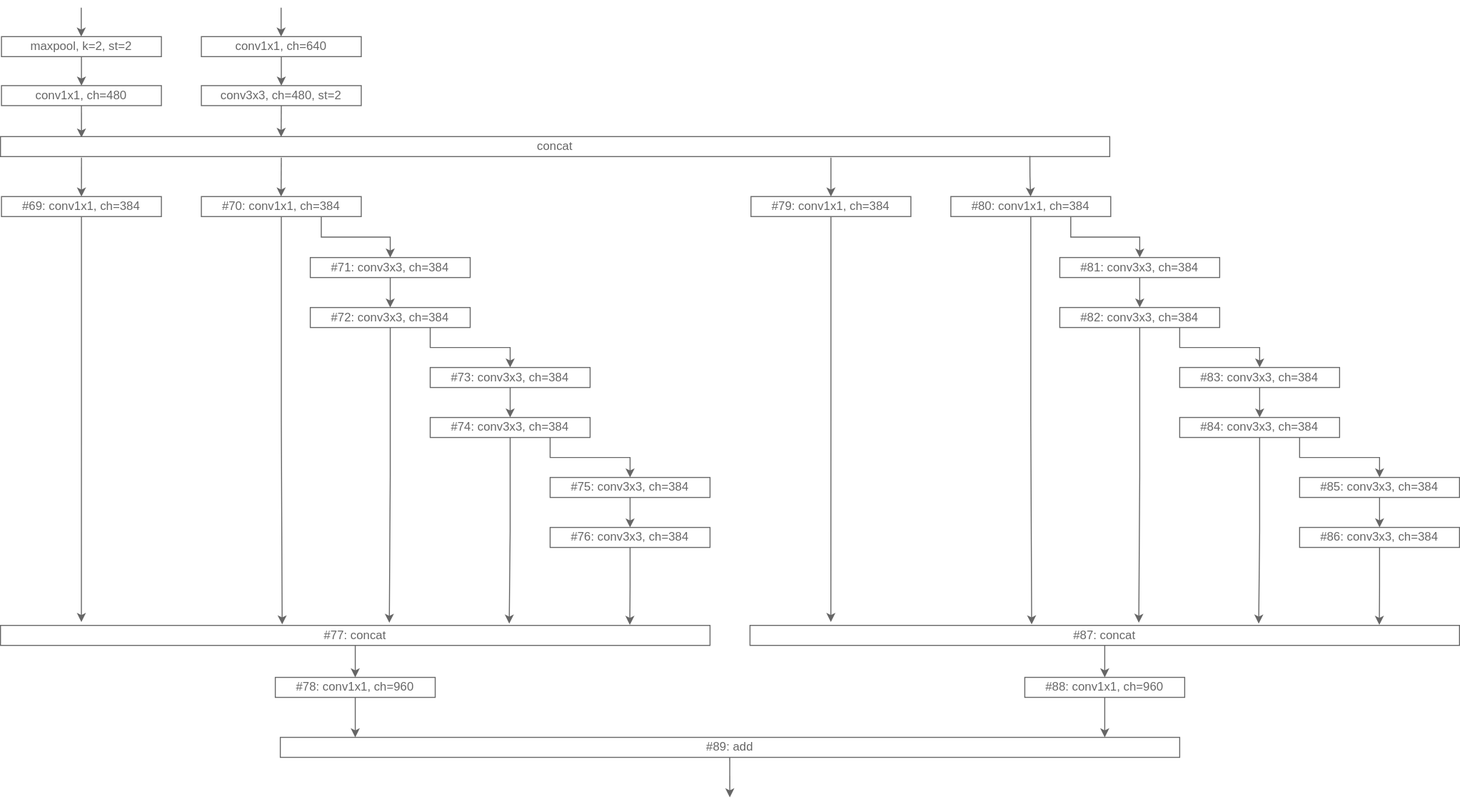
cm-nakamura-shogo/devio-image keeps this draw.io diagram as yolov7-architecture-overall/svg/yolov7_e6e_c5_convs.drawio.svg. Above is the earlier version. Source tidied: cells renumbered, new cells last; positions are measured from the earlier drawing's top-left corner, leaving out a move shared by most shapes. Its diagram source:
```xml
<mxGraphModel background="#ffffff">
  <root>
    <mxCell id="0" />
    <mxCell id="1" parent="0" />
    <mxCell id="2" style="edgeStyle=orthogonalEdgeStyle;rounded=0;jettySize=auto;html=1;exitX=0.073;exitY=1.05;exitDx=0;exitDy=0;entryX=0.5;entryY=0;entryDx=0;entryDy=0;exitPerimeter=0;strokeColor=#666666;" parent="1" edge="1" source="26" target="4">
      <mxGeometry relative="1" as="geometry" />
    </mxCell>
    <mxCell id="3" style="edgeStyle=orthogonalEdgeStyle;rounded=0;jettySize=auto;html=1;exitX=0.5;exitY=1;exitDx=0;exitDy=0;entryX=0.114;entryY=-0.17;entryDx=0;entryDy=0;entryPerimeter=0;strokeColor=#666666;" parent="1" edge="1" source="4" target="15">
      <mxGeometry relative="1" as="geometry" />
    </mxCell>
    <mxCell id="4" value="#69: conv1x1, ch=384" style="rounded=0;whiteSpace=wrap;html=1;strokeColor=#666666;fillColor=#FFFFFF;fontColor=#666666;" parent="1" vertex="1">
      <mxGeometry x="1" y="189" width="160" height="20" as="geometry" />
    </mxCell>
    <mxCell id="5" style="edgeStyle=orthogonalEdgeStyle;rounded=0;jettySize=auto;html=1;exitX=0.75;exitY=1;exitDx=0;exitDy=0;entryX=0.5;entryY=0;entryDx=0;entryDy=0;strokeColor=#666666;" parent="1" edge="1" source="7" target="20">
      <mxGeometry relative="1" as="geometry" />
    </mxCell>
    <mxCell id="6" style="edgeStyle=orthogonalEdgeStyle;rounded=0;jettySize=auto;html=1;exitX=0.5;exitY=1;exitDx=0;exitDy=0;entryX=0.397;entryY=-0.05;entryDx=0;entryDy=0;entryPerimeter=0;strokeColor=#666666;" parent="1" edge="1" source="7" target="15">
      <mxGeometry relative="1" as="geometry" />
    </mxCell>
    <mxCell id="7" value="#70: conv1x1, ch=384" style="rounded=0;whiteSpace=wrap;html=1;strokeColor=#666666;fillColor=#FFFFFF;fontColor=#666666;" parent="1" vertex="1">
      <mxGeometry x="201" y="189" width="160" height="20" as="geometry" />
    </mxCell>
    <mxCell id="8" style="edgeStyle=orthogonalEdgeStyle;rounded=0;jettySize=auto;html=1;exitX=0.75;exitY=1;exitDx=0;exitDy=0;entryX=0.5;entryY=0;entryDx=0;entryDy=0;strokeColor=#666666;" parent="1" edge="1" source="10" target="13">
      <mxGeometry relative="1" as="geometry" />
    </mxCell>
    <mxCell id="9" style="edgeStyle=orthogonalEdgeStyle;rounded=0;jettySize=auto;html=1;exitX=0.5;exitY=1;exitDx=0;exitDy=0;entryX=0.548;entryY=-0.13;entryDx=0;entryDy=0;entryPerimeter=0;strokeColor=#666666;" parent="1" edge="1" source="10" target="15">
      <mxGeometry relative="1" as="geometry" />
    </mxCell>
    <mxCell id="10" value="#72: conv3x3, ch=384" style="rounded=0;whiteSpace=wrap;html=1;strokeColor=#666666;fillColor=#FFFFFF;fontColor=#666666;" parent="1" vertex="1">
      <mxGeometry x="310" y="300" width="160" height="20" as="geometry" />
    </mxCell>
    <mxCell id="11" style="edgeStyle=orthogonalEdgeStyle;rounded=0;jettySize=auto;html=1;exitX=0.5;exitY=1;exitDx=0;exitDy=0;entryX=0.717;entryY=-0.09;entryDx=0;entryDy=0;entryPerimeter=0;strokeColor=#666666;" parent="1" edge="1" source="21" target="15">
      <mxGeometry relative="1" as="geometry" />
    </mxCell>
    <mxCell id="12" style="edgeStyle=none;html=1;exitX=0.5;exitY=1;exitDx=0;exitDy=0;entryX=0.5;entryY=0;entryDx=0;entryDy=0;strokeColor=#666666;" parent="1" edge="1" source="13" target="21">
      <mxGeometry relative="1" as="geometry" />
    </mxCell>
    <mxCell id="13" value="#73: conv3x3, ch=384" style="rounded=0;whiteSpace=wrap;html=1;strokeColor=#666666;fillColor=#FFFFFF;fontColor=#666666;" parent="1" vertex="1">
      <mxGeometry x="430" y="360" width="160" height="20" as="geometry" />
    </mxCell>
    <mxCell id="14" style="edgeStyle=orthogonalEdgeStyle;rounded=0;jettySize=auto;html=1;exitX=0.5;exitY=1;exitDx=0;exitDy=0;entryX=0.5;entryY=0;entryDx=0;entryDy=0;strokeColor=#666666;" parent="1" edge="1" source="15" target="17">
      <mxGeometry relative="1" as="geometry" />
    </mxCell>
    <mxCell id="15" value="#77: concat" style="rounded=0;whiteSpace=wrap;html=1;strokeColor=#666666;fillColor=#FFFFFF;fontColor=#666666;" parent="1" vertex="1">
      <mxGeometry y="618" width="710" height="20" as="geometry" />
    </mxCell>
    <mxCell id="16" style="edgeStyle=orthogonalEdgeStyle;rounded=0;jettySize=auto;html=1;exitX=0.5;exitY=1;exitDx=0;exitDy=0;entryX=0.5;entryY=0;entryDx=0;entryDy=0;strokeColor=#666666;" parent="1" edge="1" source="17">
      <mxGeometry relative="1" as="geometry">
        <mxPoint x="355" y="730" as="targetPoint" />
      </mxGeometry>
    </mxCell>
    <mxCell id="17" value="#78: conv1x1, ch=960" style="rounded=0;whiteSpace=wrap;html=1;strokeColor=#666666;fillColor=#FFFFFF;fontColor=#666666;" parent="1" vertex="1">
      <mxGeometry x="275" y="670" width="160" height="20" as="geometry" />
    </mxCell>
    <mxCell id="18" style="edgeStyle=orthogonalEdgeStyle;rounded=0;orthogonalLoop=1;jettySize=auto;html=1;entryX=0.5;entryY=0;entryDx=0;entryDy=0;strokeColor=#666666;" parent="1" edge="1">
      <mxGeometry relative="1" as="geometry">
        <mxPoint x="281" y="150" as="sourcePoint" />
        <mxPoint x="280.8" y="189" as="targetPoint" />
      </mxGeometry>
    </mxCell>
    <mxCell id="19" style="edgeStyle=none;html=1;exitX=0.5;exitY=1;exitDx=0;exitDy=0;entryX=0.5;entryY=0;entryDx=0;entryDy=0;strokeColor=#666666;" parent="1" edge="1" source="20" target="10">
      <mxGeometry relative="1" as="geometry" />
    </mxCell>
    <mxCell id="20" value="#71: conv3x3, ch=384" style="rounded=0;whiteSpace=wrap;html=1;strokeColor=#666666;fillColor=#FFFFFF;fontColor=#666666;" parent="1" vertex="1">
      <mxGeometry x="310" y="250" width="160" height="20" as="geometry" />
    </mxCell>
    <mxCell id="21" value="#74: conv3x3, ch=384" style="rounded=0;whiteSpace=wrap;html=1;strokeColor=#666666;fillColor=#FFFFFF;fontColor=#666666;" parent="1" vertex="1">
      <mxGeometry x="430" y="410" width="160" height="20" as="geometry" />
    </mxCell>
    <mxCell id="22" style="edgeStyle=none;html=1;exitX=0.5;exitY=1;exitDx=0;exitDy=0;entryX=0.5;entryY=0;entryDx=0;entryDy=0;strokeColor=#666666;" parent="1" edge="1" source="23" target="25">
      <mxGeometry relative="1" as="geometry" />
    </mxCell>
    <mxCell id="23" value="maxpool, k=2, st=2" style="rounded=0;whiteSpace=wrap;html=1;strokeColor=#666666;fillColor=#FFFFFF;fontColor=#666666;" parent="1" vertex="1">
      <mxGeometry x="1" y="29" width="160" height="20" as="geometry" />
    </mxCell>
    <mxCell id="24" style="edgeStyle=none;html=1;exitX=0.5;exitY=1;exitDx=0;exitDy=0;entryX=0.073;entryY=0.048;entryDx=0;entryDy=0;entryPerimeter=0;strokeColor=#666666;" parent="1" edge="1" source="25" target="26">
      <mxGeometry relative="1" as="geometry" />
    </mxCell>
    <mxCell id="25" value="conv1x1, ch=480" style="rounded=0;whiteSpace=wrap;html=1;strokeColor=#666666;fillColor=#FFFFFF;fontColor=#666666;" parent="1" vertex="1">
      <mxGeometry x="1" y="78" width="160" height="20" as="geometry" />
    </mxCell>
    <mxCell id="26" value="concat" style="rounded=0;whiteSpace=wrap;html=1;strokeColor=#666666;fillColor=#FFFFFF;fontColor=#666666;" parent="1" vertex="1">
      <mxGeometry y="129" width="1110" height="20" as="geometry" />
    </mxCell>
    <mxCell id="27" style="edgeStyle=none;html=1;exitX=0.5;exitY=1;exitDx=0;exitDy=0;entryX=0.5;entryY=0;entryDx=0;entryDy=0;strokeColor=#666666;" parent="1" edge="1" source="28" target="30">
      <mxGeometry relative="1" as="geometry" />
    </mxCell>
    <mxCell id="28" value="conv1x1, ch=640" style="rounded=0;whiteSpace=wrap;html=1;strokeColor=#666666;fillColor=#FFFFFF;fontColor=#666666;" parent="1" vertex="1">
      <mxGeometry x="201" y="29" width="160" height="20" as="geometry" />
    </mxCell>
    <mxCell id="29" style="edgeStyle=none;html=1;exitX=0.5;exitY=1;exitDx=0;exitDy=0;entryX=0.253;entryY=0.016;entryDx=0;entryDy=0;entryPerimeter=0;strokeColor=#666666;" parent="1" edge="1" source="30" target="26">
      <mxGeometry relative="1" as="geometry" />
    </mxCell>
    <mxCell id="30" value="conv3x3, ch=480, st=2" style="rounded=0;whiteSpace=wrap;html=1;strokeColor=#666666;fillColor=#FFFFFF;fontColor=#666666;" parent="1" vertex="1">
      <mxGeometry x="201" y="78" width="160" height="20" as="geometry" />
    </mxCell>
    <mxCell id="31" style="edgeStyle=none;html=1;exitX=0.5;exitY=1;exitDx=0;exitDy=0;entryX=0.5;entryY=0;entryDx=0;entryDy=0;strokeColor=#666666;" parent="1" edge="1">
      <mxGeometry relative="1" as="geometry">
        <mxPoint x="80.8" as="sourcePoint" />
        <mxPoint x="80.8" y="29" as="targetPoint" />
      </mxGeometry>
    </mxCell>
    <mxCell id="32" style="edgeStyle=none;html=1;exitX=0.5;exitY=1;exitDx=0;exitDy=0;entryX=0.5;entryY=0;entryDx=0;entryDy=0;strokeColor=#666666;" parent="1" edge="1">
      <mxGeometry relative="1" as="geometry">
        <mxPoint x="280.8" as="sourcePoint" />
        <mxPoint x="280.8" y="29" as="targetPoint" />
      </mxGeometry>
    </mxCell>
    <mxCell id="33" style="edgeStyle=orthogonalEdgeStyle;rounded=0;jettySize=auto;html=1;exitX=0.75;exitY=1;exitDx=0;exitDy=0;entryX=0.5;entryY=0;entryDx=0;entryDy=0;strokeColor=#666666;" parent="1" edge="1" target="35">
      <mxGeometry relative="1" as="geometry">
        <mxPoint x="550" y="430" as="sourcePoint" />
      </mxGeometry>
    </mxCell>
    <mxCell id="34" style="edgeStyle=none;html=1;exitX=0.5;exitY=1;exitDx=0;exitDy=0;entryX=0.5;entryY=0;entryDx=0;entryDy=0;strokeColor=#666666;" parent="1" edge="1" source="35" target="36">
      <mxGeometry relative="1" as="geometry" />
    </mxCell>
    <mxCell id="35" value="#75: conv3x3, ch=384" style="rounded=0;whiteSpace=wrap;html=1;strokeColor=#666666;fillColor=#FFFFFF;fontColor=#666666;" parent="1" vertex="1">
      <mxGeometry x="550" y="470" width="160" height="20" as="geometry" />
    </mxCell>
    <mxCell id="36" value="#76: conv3x3, ch=384" style="rounded=0;whiteSpace=wrap;html=1;strokeColor=#666666;fillColor=#FFFFFF;fontColor=#666666;" parent="1" vertex="1">
      <mxGeometry x="550" y="520" width="160" height="20" as="geometry" />
    </mxCell>
    <mxCell id="37" style="edgeStyle=orthogonalEdgeStyle;rounded=0;jettySize=auto;html=1;exitX=0.5;exitY=1;exitDx=0;exitDy=0;entryX=0.887;entryY=-0.026;entryDx=0;entryDy=0;entryPerimeter=0;strokeColor=#666666;" parent="1" edge="1" source="36" target="15">
      <mxGeometry relative="1" as="geometry" />
    </mxCell>
    <mxCell id="38" style="edgeStyle=orthogonalEdgeStyle;rounded=0;jettySize=auto;html=1;entryX=0.5;entryY=0;entryDx=0;entryDy=0;strokeColor=#666666;" parent="1" edge="1" target="40">
      <mxGeometry relative="1" as="geometry">
        <mxPoint x="831" y="150" as="sourcePoint" />
      </mxGeometry>
    </mxCell>
    <mxCell id="39" style="edgeStyle=orthogonalEdgeStyle;rounded=0;jettySize=auto;html=1;exitX=0.5;exitY=1;exitDx=0;exitDy=0;entryX=0.114;entryY=-0.17;entryDx=0;entryDy=0;entryPerimeter=0;strokeColor=#666666;" parent="1" edge="1" source="40" target="51">
      <mxGeometry relative="1" as="geometry" />
    </mxCell>
    <mxCell id="40" value="#79: conv1x1, ch=384" style="rounded=0;whiteSpace=wrap;html=1;strokeColor=#666666;fillColor=#FFFFFF;fontColor=#666666;" parent="1" vertex="1">
      <mxGeometry x="751" y="189" width="160" height="20" as="geometry" />
    </mxCell>
    <mxCell id="41" style="edgeStyle=orthogonalEdgeStyle;rounded=0;jettySize=auto;html=1;exitX=0.75;exitY=1;exitDx=0;exitDy=0;entryX=0.5;entryY=0;entryDx=0;entryDy=0;strokeColor=#666666;" parent="1" edge="1" source="43" target="56">
      <mxGeometry relative="1" as="geometry" />
    </mxCell>
    <mxCell id="42" style="edgeStyle=orthogonalEdgeStyle;rounded=0;jettySize=auto;html=1;exitX=0.5;exitY=1;exitDx=0;exitDy=0;entryX=0.397;entryY=-0.05;entryDx=0;entryDy=0;entryPerimeter=0;strokeColor=#666666;" parent="1" edge="1" source="43" target="51">
      <mxGeometry relative="1" as="geometry" />
    </mxCell>
    <mxCell id="43" value="#80: conv1x1, ch=384" style="rounded=0;whiteSpace=wrap;html=1;strokeColor=#666666;fillColor=#FFFFFF;fontColor=#666666;" parent="1" vertex="1">
      <mxGeometry x="951" y="189" width="160" height="20" as="geometry" />
    </mxCell>
    <mxCell id="44" style="edgeStyle=orthogonalEdgeStyle;rounded=0;jettySize=auto;html=1;exitX=0.75;exitY=1;exitDx=0;exitDy=0;entryX=0.5;entryY=0;entryDx=0;entryDy=0;strokeColor=#666666;" parent="1" edge="1" source="46" target="49">
      <mxGeometry relative="1" as="geometry" />
    </mxCell>
    <mxCell id="45" style="edgeStyle=orthogonalEdgeStyle;rounded=0;jettySize=auto;html=1;exitX=0.5;exitY=1;exitDx=0;exitDy=0;entryX=0.548;entryY=-0.13;entryDx=0;entryDy=0;entryPerimeter=0;strokeColor=#666666;" parent="1" edge="1" source="46" target="51">
      <mxGeometry relative="1" as="geometry" />
    </mxCell>
    <mxCell id="46" value="#82: conv3x3, ch=384" style="rounded=0;whiteSpace=wrap;html=1;strokeColor=#666666;fillColor=#FFFFFF;fontColor=#666666;" parent="1" vertex="1">
      <mxGeometry x="1060" y="300" width="160" height="20" as="geometry" />
    </mxCell>
    <mxCell id="47" style="edgeStyle=orthogonalEdgeStyle;rounded=0;jettySize=auto;html=1;exitX=0.5;exitY=1;exitDx=0;exitDy=0;entryX=0.717;entryY=-0.09;entryDx=0;entryDy=0;entryPerimeter=0;strokeColor=#666666;" parent="1" edge="1" source="57" target="51">
      <mxGeometry relative="1" as="geometry" />
    </mxCell>
    <mxCell id="48" style="edgeStyle=none;html=1;exitX=0.5;exitY=1;exitDx=0;exitDy=0;entryX=0.5;entryY=0;entryDx=0;entryDy=0;strokeColor=#666666;" parent="1" edge="1" source="49" target="57">
      <mxGeometry relative="1" as="geometry" />
    </mxCell>
    <mxCell id="49" value="#83: conv3x3, ch=384" style="rounded=0;whiteSpace=wrap;html=1;strokeColor=#666666;fillColor=#FFFFFF;fontColor=#666666;" parent="1" vertex="1">
      <mxGeometry x="1180" y="360" width="160" height="20" as="geometry" />
    </mxCell>
    <mxCell id="50" style="edgeStyle=orthogonalEdgeStyle;rounded=0;jettySize=auto;html=1;exitX=0.5;exitY=1;exitDx=0;exitDy=0;entryX=0.5;entryY=0;entryDx=0;entryDy=0;strokeColor=#666666;" parent="1" edge="1" source="51" target="53">
      <mxGeometry relative="1" as="geometry" />
    </mxCell>
    <mxCell id="51" value="#87: concat" style="rounded=0;whiteSpace=wrap;html=1;strokeColor=#666666;fillColor=#FFFFFF;fontColor=#666666;" parent="1" vertex="1">
      <mxGeometry x="750" y="618" width="710" height="20" as="geometry" />
    </mxCell>
    <mxCell id="52" style="edgeStyle=orthogonalEdgeStyle;rounded=0;jettySize=auto;html=1;exitX=0.5;exitY=1;exitDx=0;exitDy=0;entryX=0.5;entryY=0;entryDx=0;entryDy=0;strokeColor=#666666;" parent="1" edge="1" source="53">
      <mxGeometry relative="1" as="geometry">
        <mxPoint x="1105" y="730" as="targetPoint" />
      </mxGeometry>
    </mxCell>
    <mxCell id="53" value="#88: conv1x1, ch=960" style="rounded=0;whiteSpace=wrap;html=1;strokeColor=#666666;fillColor=#FFFFFF;fontColor=#666666;" parent="1" vertex="1">
      <mxGeometry x="1025" y="670" width="160" height="20" as="geometry" />
    </mxCell>
    <mxCell id="54" style="edgeStyle=orthogonalEdgeStyle;rounded=0;jettySize=auto;html=1;entryX=0.5;entryY=0;entryDx=0;entryDy=0;strokeColor=#666666;exitX=0.928;exitY=0.976;exitDx=0;exitDy=0;exitPerimeter=0;" parent="1" edge="1" source="26">
      <mxGeometry relative="1" as="geometry">
        <mxPoint x="1030.8" y="189" as="targetPoint" />
      </mxGeometry>
    </mxCell>
    <mxCell id="55" style="edgeStyle=none;html=1;exitX=0.5;exitY=1;exitDx=0;exitDy=0;entryX=0.5;entryY=0;entryDx=0;entryDy=0;strokeColor=#666666;" parent="1" edge="1" source="56" target="46">
      <mxGeometry relative="1" as="geometry" />
    </mxCell>
    <mxCell id="56" value="#81: conv3x3, ch=384" style="rounded=0;whiteSpace=wrap;html=1;strokeColor=#666666;fillColor=#FFFFFF;fontColor=#666666;" parent="1" vertex="1">
      <mxGeometry x="1060" y="250" width="160" height="20" as="geometry" />
    </mxCell>
    <mxCell id="57" value="#84: conv3x3, ch=384" style="rounded=0;whiteSpace=wrap;html=1;strokeColor=#666666;fillColor=#FFFFFF;fontColor=#666666;" parent="1" vertex="1">
      <mxGeometry x="1180" y="410" width="160" height="20" as="geometry" />
    </mxCell>
    <mxCell id="58" style="edgeStyle=orthogonalEdgeStyle;rounded=0;jettySize=auto;html=1;exitX=0.75;exitY=1;exitDx=0;exitDy=0;entryX=0.5;entryY=0;entryDx=0;entryDy=0;strokeColor=#666666;" parent="1" edge="1" target="60">
      <mxGeometry relative="1" as="geometry">
        <mxPoint x="1300" y="430" as="sourcePoint" />
      </mxGeometry>
    </mxCell>
    <mxCell id="59" style="edgeStyle=none;html=1;exitX=0.5;exitY=1;exitDx=0;exitDy=0;entryX=0.5;entryY=0;entryDx=0;entryDy=0;strokeColor=#666666;" parent="1" edge="1" source="60" target="61">
      <mxGeometry relative="1" as="geometry" />
    </mxCell>
    <mxCell id="60" value="#85: conv3x3, ch=384" style="rounded=0;whiteSpace=wrap;html=1;strokeColor=#666666;fillColor=#FFFFFF;fontColor=#666666;" parent="1" vertex="1">
      <mxGeometry x="1300" y="470" width="160" height="20" as="geometry" />
    </mxCell>
    <mxCell id="61" value="#86: conv3x3, ch=384" style="rounded=0;whiteSpace=wrap;html=1;strokeColor=#666666;fillColor=#FFFFFF;fontColor=#666666;" parent="1" vertex="1">
      <mxGeometry x="1300" y="520" width="160" height="20" as="geometry" />
    </mxCell>
    <mxCell id="62" style="edgeStyle=orthogonalEdgeStyle;rounded=0;jettySize=auto;html=1;exitX=0.5;exitY=1;exitDx=0;exitDy=0;entryX=0.887;entryY=-0.026;entryDx=0;entryDy=0;entryPerimeter=0;strokeColor=#666666;" parent="1" edge="1" source="61" target="51">
      <mxGeometry relative="1" as="geometry" />
    </mxCell>
    <mxCell id="63" value="#89: add" style="rounded=0;whiteSpace=wrap;html=1;strokeColor=#666666;fillColor=#FFFFFF;fontColor=#666666;" parent="1" vertex="1">
      <mxGeometry x="280" y="730" width="900" height="20" as="geometry" />
    </mxCell>
    <mxCell id="64" style="edgeStyle=orthogonalEdgeStyle;rounded=0;orthogonalLoop=1;jettySize=auto;html=1;exitX=0.5;exitY=1;exitDx=0;exitDy=0;entryX=0.5;entryY=0;entryDx=0;entryDy=0;strokeColor=#666666;" parent="1" edge="1">
      <mxGeometry relative="1" as="geometry">
        <mxPoint x="729.8" y="750" as="sourcePoint" />
        <mxPoint x="729.8" y="790" as="targetPoint" />
        <Array as="points">
          <mxPoint x="729.8" y="790" />
        </Array>
      </mxGeometry>
    </mxCell>
  </root>
</mxGraphModel>
```
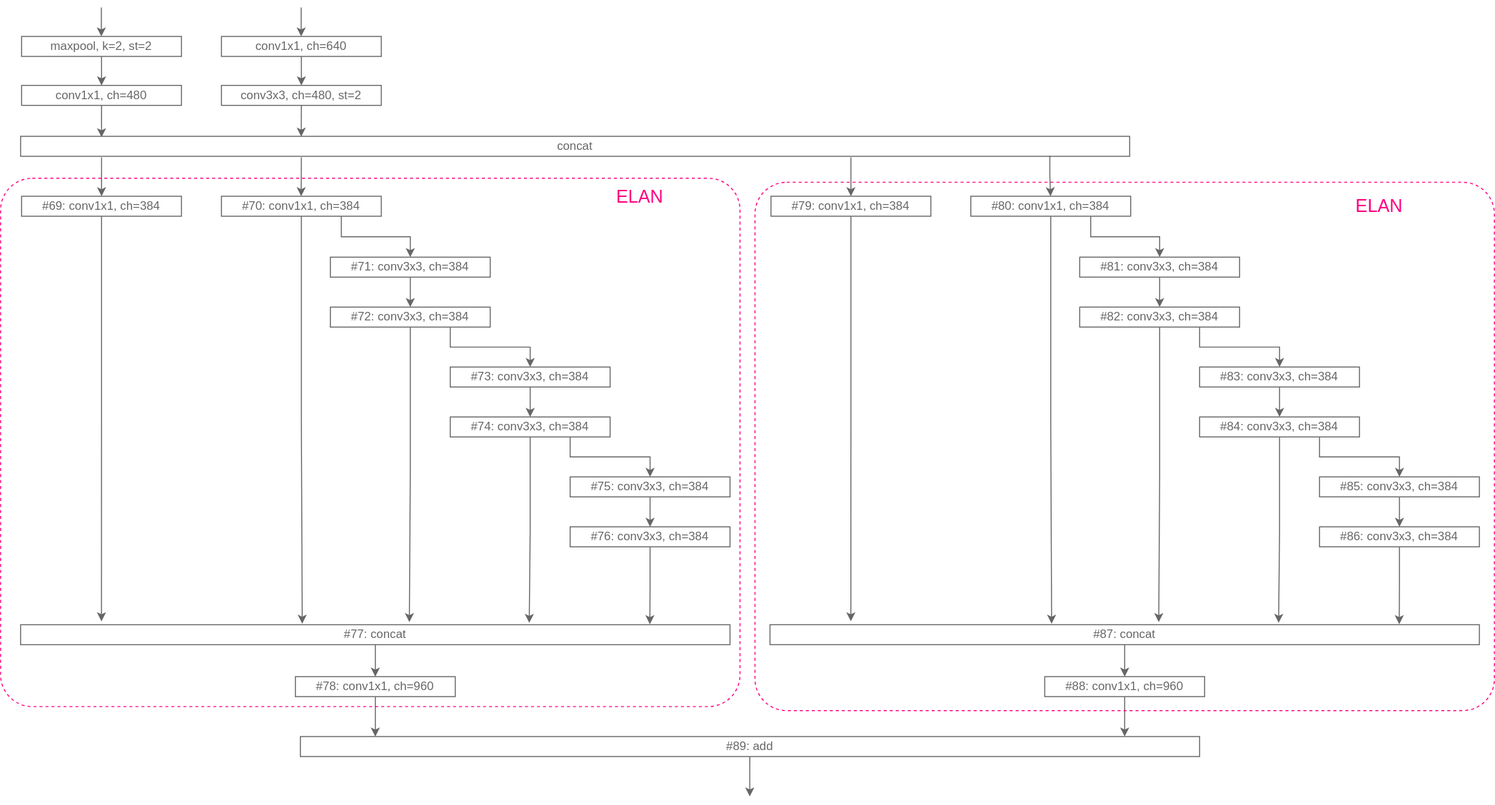
The same file after the commit.

What changed in the source:
```diff
@@ -218,5 +218,17 @@
         </Array>
       </mxGeometry>
     </mxCell>
+    <mxCell id="65" style="rounded=1;whiteSpace=wrap;html=1;arcSize=6;fillColor=none;strokeColor=#FF0080;dashed=1;" parent="1" vertex="1">
+      <mxGeometry x="-20" y="171" width="740" height="529" as="geometry" />
+    </mxCell>
+    <mxCell id="66" value="&lt;font&gt;&lt;span style=&quot;font-size: 18px&quot;&gt;ELAN&lt;/span&gt;&lt;/font&gt;" style="text;html=1;strokeColor=none;fillColor=none;align=center;verticalAlign=middle;whiteSpace=wrap;rounded=0;fontColor=#FF0080;" parent="1" vertex="1">
+      <mxGeometry x="530" y="175" width="180" height="30" as="geometry" />
+    </mxCell>
+    <mxCell id="67" style="rounded=1;whiteSpace=wrap;html=1;arcSize=6;fillColor=none;strokeColor=#FF0080;dashed=1;" parent="1" vertex="1">
+      <mxGeometry x="735" y="175" width="740" height="529" as="geometry" />
+    </mxCell>
+    <mxCell id="68" value="&lt;font&gt;&lt;span style=&quot;font-size: 18px&quot;&gt;ELAN&lt;/span&gt;&lt;/font&gt;" style="text;html=1;strokeColor=none;fillColor=none;align=center;verticalAlign=middle;whiteSpace=wrap;rounded=0;fontColor=#FF0080;" parent="1" vertex="1">
+      <mxGeometry x="1270" y="184" width="180" height="30" as="geometry" />
+    </mxCell>
   </root>
 </mxGraphModel>
```
